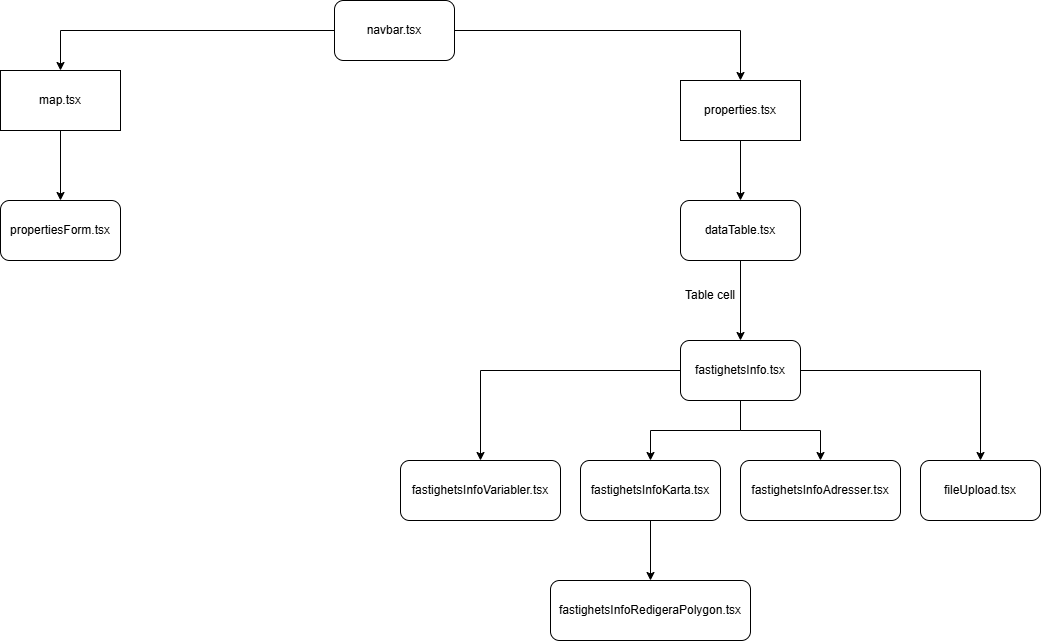
MalcolmBurman/BooiqMapApp keeps this draw.io diagram as public/BooiqMap.drawio.png. Above is the earlier version. Source tidied: cells renumbered, new cells last; positions are measured from the earlier drawing's top-left corner, leaving out a move shared by most shapes.
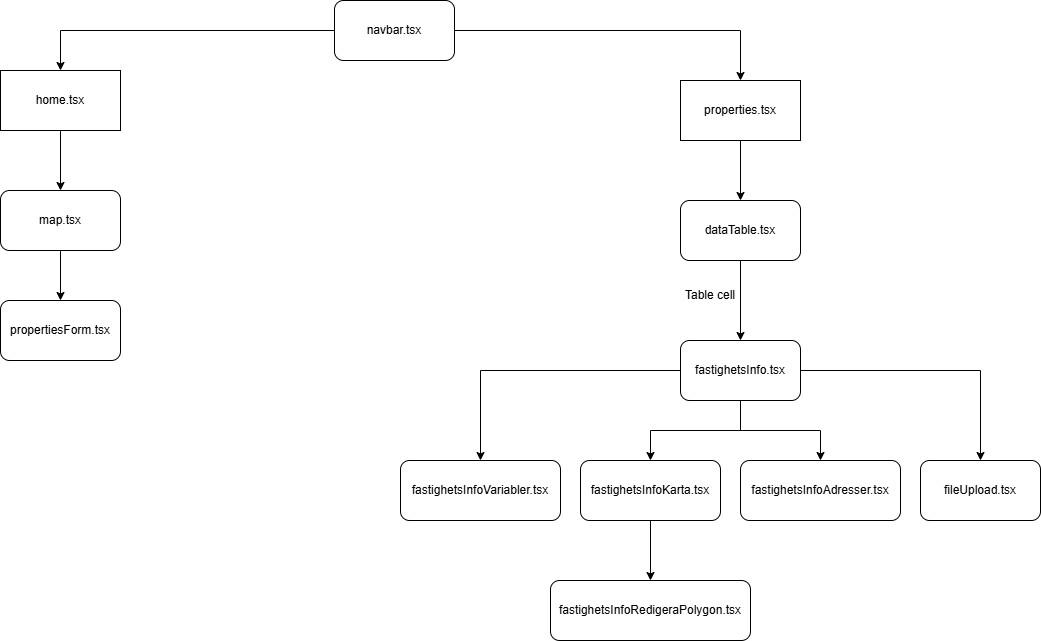
The same file after the commit.

What changed in the source:
```diff
@@ -11,10 +11,10 @@
     <mxCell id="4" value="navbar.tsx" style="rounded=1;whiteSpace=wrap;html=1;" parent="1" vertex="1">
       <mxGeometry x="334" width="120" height="60" as="geometry" />
     </mxCell>
-    <mxCell id="5" style="edgeStyle=orthogonalEdgeStyle;rounded=0;jettySize=auto;html=1;entryX=0.5;entryY=0;entryDx=0;entryDy=0;" parent="1" edge="1" source="6" target="9">
-      <mxGeometry relative="1" as="geometry" />
-    </mxCell>
+    <mxCell id="24" style="edgeStyle=orthogonalEdgeStyle;rounded=0;jettySize=auto;html=1;entryX=0.5;entryY=0;entryDx=0;entryDy=0;" parent="1" edge="1" source="6" target="26">
+      <mxGeometry relative="1" as="geometry" />
+    </mxCell>
-    <mxCell id="6" value="map.tsx" style="rounded=0;whiteSpace=wrap;html=1;" parent="1" vertex="1">
+    <mxCell id="6" value="home.tsx" style="rounded=0;whiteSpace=wrap;html=1;" parent="1" vertex="1">
       <mxGeometry y="70" width="120" height="60" as="geometry" />
     </mxCell>
     <mxCell id="7" style="edgeStyle=orthogonalEdgeStyle;rounded=0;jettySize=auto;html=1;entryX=0.5;entryY=0;entryDx=0;entryDy=0;" parent="1" edge="1" source="8" target="11">
@@ -24,7 +24,7 @@
       <mxGeometry x="680" y="80" width="120" height="60" as="geometry" />
     </mxCell>
     <mxCell id="9" value="propertiesForm.tsx" style="rounded=1;whiteSpace=wrap;html=1;" parent="1" vertex="1">
-      <mxGeometry y="200" width="120" height="60" as="geometry" />
+      <mxGeometry y="300" width="120" height="60" as="geometry" />
     </mxCell>
     <mxCell id="10" style="edgeStyle=orthogonalEdgeStyle;rounded=0;jettySize=auto;html=1;entryX=0.5;entryY=0;entryDx=0;entryDy=0;" parent="1" edge="1" source="11" target="16">
       <mxGeometry relative="1" as="geometry" />
@@ -68,5 +68,11 @@
     <mxCell id="23" value="fastighetsInfoRedigeraPolygon.tsx" style="rounded=1;whiteSpace=wrap;html=1;" parent="1" vertex="1">
       <mxGeometry x="550" y="580" width="200" height="60" as="geometry" />
     </mxCell>
+    <mxCell id="25" style="edgeStyle=orthogonalEdgeStyle;rounded=0;jettySize=auto;html=1;entryX=0.5;entryY=0;entryDx=0;entryDy=0;" parent="1" edge="1" source="26" target="9">
+      <mxGeometry relative="1" as="geometry" />
+    </mxCell>
+    <mxCell id="26" value="map.tsx" style="rounded=1;whiteSpace=wrap;html=1;" parent="1" vertex="1">
+      <mxGeometry y="190" width="120" height="60" as="geometry" />
+    </mxCell>
   </root>
 </mxGraphModel>
```
